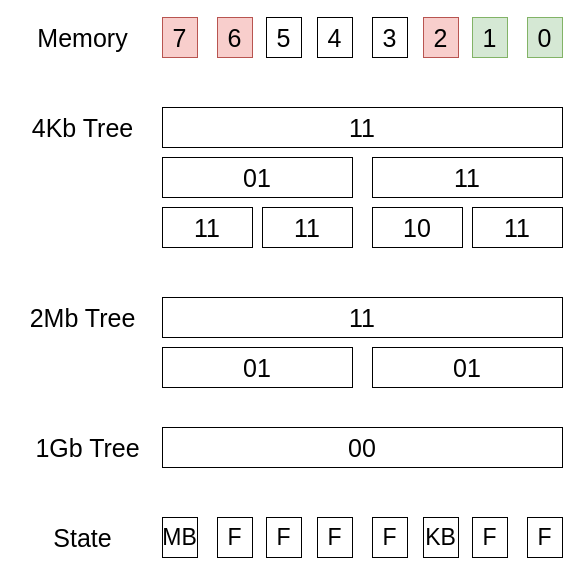
Walterieux/vmxvmm_report keeps this draw.io diagram as pres_04_11_2022/buddy_multi_level_tree_worst.drawio. Above is the earlier version. Source tidied: cells renumbered, new cells numbered last; positions are measured from the earlier drawing's top-left corner, leaving out a move shared by most shapes. Both pictures are drawn from the tidied source at 100%, with x=0, y=0 at pixel (17, 17).
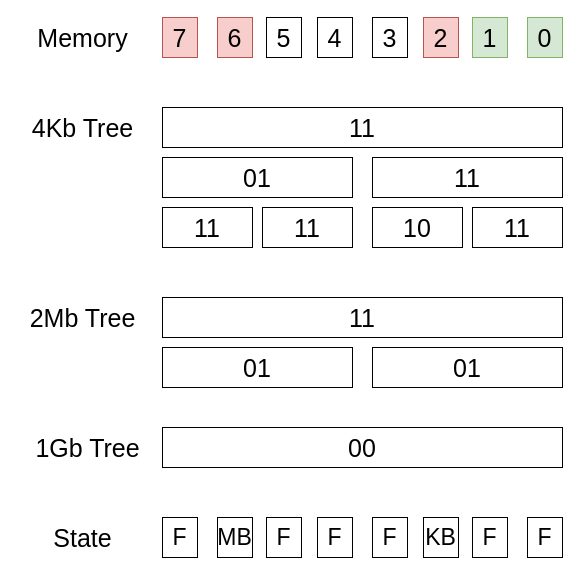
The same page after the edit.

The edit, as a diff of the source:
```diff
@@
-    <mxCell id="25" value="&lt;font style=&quot;font-size: 23px;&quot;&gt;MB&lt;/font&gt;" style="rounded=0;whiteSpace=wrap;html=1;" parent="1" vertex="1">
+    <mxCell id="25" value="&lt;font style=&quot;font-size: 23px;&quot;&gt;F&lt;/font&gt;" style="rounded=0;whiteSpace=wrap;html=1;" parent="1" vertex="1">
       <mxGeometry x="145" y="500" width="35" height="40" as="geometry" />
     </mxCell>
@@
-    <mxCell id="27" value="&lt;font style=&quot;font-size: 23px;&quot;&gt;F&lt;/font&gt;" style="rounded=0;whiteSpace=wrap;html=1;" parent="1" vertex="1">
+    <mxCell id="27" value="&lt;font style=&quot;font-size: 23px;&quot;&gt;MB&lt;/font&gt;" style="rounded=0;whiteSpace=wrap;html=1;" parent="1" vertex="1">
       <mxGeometry x="200" y="500" width="35" height="40" as="geometry" />
     </mxCell>
```
